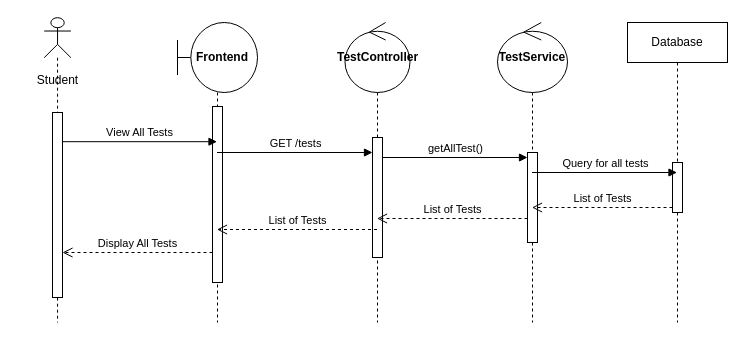
This is Sequence Diagrams/View_All_Tests.drawio from MS1034/fyp-digrams-reports, a draw.io file, before an edit. Source tidied: cells renumbered, new cells numbered last; positions are measured from the earlier drawing's top-left corner, leaving out a move shared by most shapes. Both pictures are drawn from the tidied source at 100%, with x=0, y=0 at pixel (17, 17).
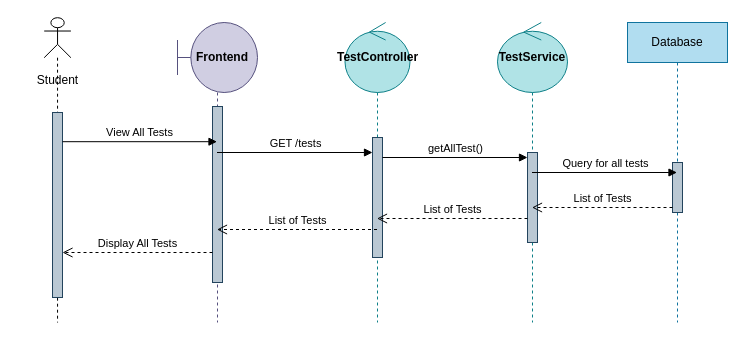
The same diagram, later.

The change refers to these unchanged cells:
```xml
<mxCell id="2" style="group;" parent="1" vertex="1">
  <mxGeometry y="10" width="80" height="295" as="geometry" />
</mxCell>
```

Diff of the diagram source:
```diff
@@
-    <mxCell id="5" style="html=1;perimeter=orthogonalPerimeter;targetShapes=umlLifeline;newEdgeStyle={&quot;curved&quot;:0,&quot;rounded&quot;:0};" parent="2" vertex="1">
+    <mxCell id="5" style="html=1;perimeter=orthogonalPerimeter;targetShapes=umlLifeline;newEdgeStyle={&quot;curved&quot;:0,&quot;rounded&quot;:0};fillColor=#bac8d3;strokeColor=#23445d;" parent="2" vertex="1">
       <mxGeometry x="35" y="85" width="10" height="185" as="geometry" />
     </mxCell>
-    <mxCell id="6" value="&lt;b&gt;&amp;nbsp; &amp;nbsp;Frontend&lt;/b&gt;" style="shape=umlLifeline;perimeter=lifelinePerimeter;whiteSpace=wrap;html=1;outlineConnect=0;portConstraint=eastwest;newEdgeStyle={&quot;curved&quot;:0,&quot;rounded&quot;:0};participant=umlBoundary;size=70;" parent="1" vertex="1">
+    <mxCell id="6" value="&lt;b&gt;&amp;nbsp; &amp;nbsp;Frontend&lt;/b&gt;" style="shape=umlLifeline;perimeter=lifelinePerimeter;whiteSpace=wrap;html=1;outlineConnect=0;portConstraint=eastwest;newEdgeStyle={&quot;curved&quot;:0,&quot;rounded&quot;:0};participant=umlBoundary;size=70;fillColor=#d0cee2;strokeColor=#56517e;" parent="1" vertex="1">
       <mxGeometry x="160" y="5" width="80" height="300" as="geometry" />
     </mxCell>
-    <mxCell id="7" style="html=1;perimeter=orthogonalPerimeter;targetShapes=umlLifeline;newEdgeStyle={&quot;curved&quot;:0,&quot;rounded&quot;:0};" parent="6" vertex="1">
+    <mxCell id="7" style="html=1;perimeter=orthogonalPerimeter;targetShapes=umlLifeline;newEdgeStyle={&quot;curved&quot;:0,&quot;rounded&quot;:0};fillColor=#bac8d3;strokeColor=#23445d;" parent="6" vertex="1">
       <mxGeometry x="35" y="84" width="10" height="176" as="geometry" />
     </mxCell>
-    <mxCell id="8" value="&lt;b&gt;TestController&lt;/b&gt;" style="shape=umlLifeline;perimeter=lifelinePerimeter;whiteSpace=wrap;html=1;newEdgeStyle={&quot;curved&quot;:0,&quot;rounded&quot;:0};participant=umlControl;size=70;" parent="1" vertex="1">
+    <mxCell id="8" value="&lt;b&gt;TestController&lt;/b&gt;" style="shape=umlLifeline;perimeter=lifelinePerimeter;whiteSpace=wrap;html=1;newEdgeStyle={&quot;curved&quot;:0,&quot;rounded&quot;:0};participant=umlControl;size=70;fillColor=#b0e3e6;strokeColor=#0e8088;" parent="1" vertex="1">
       <mxGeometry x="327.5" y="5" width="65" height="300" as="geometry" />
     </mxCell>
-    <mxCell id="9" style="html=1;points=[[0,0,0,0,5],[0,1,0,0,-5],[1,0,0,0,5],[1,1,0,0,-5]];perimeter=orthogonalPerimeter;outlineConnect=0;targetShapes=umlLifeline;portConstraint=eastwest;newEdgeStyle={&quot;curved&quot;:0,&quot;rounded&quot;:0};" parent="8" vertex="1">
+    <mxCell id="9" style="html=1;points=[[0,0,0,0,5],[0,1,0,0,-5],[1,0,0,0,5],[1,1,0,0,-5]];perimeter=orthogonalPerimeter;outlineConnect=0;targetShapes=umlLifeline;portConstraint=eastwest;newEdgeStyle={&quot;curved&quot;:0,&quot;rounded&quot;:0};fillColor=#bac8d3;strokeColor=#23445d;" parent="8" vertex="1">
       <mxGeometry x="27.5" y="115" width="10" height="120" as="geometry" />
     </mxCell>
-    <mxCell id="10" value="&lt;b&gt;TestService&lt;/b&gt;" style="shape=umlLifeline;perimeter=lifelinePerimeter;whiteSpace=wrap;html=1;outlineConnect=0;portConstraint=eastwest;newEdgeStyle={&quot;curved&quot;:0,&quot;rounded&quot;:0};participant=umlControl;size=70;" parent="1" vertex="1">
+    <mxCell id="10" value="&lt;b&gt;TestService&lt;/b&gt;" style="shape=umlLifeline;perimeter=lifelinePerimeter;whiteSpace=wrap;html=1;outlineConnect=0;portConstraint=eastwest;newEdgeStyle={&quot;curved&quot;:0,&quot;rounded&quot;:0};participant=umlControl;size=70;fillColor=#b0e3e6;strokeColor=#0e8088;" parent="1" vertex="1">
       <mxGeometry x="480" y="5" width="70" height="300" as="geometry" />
     </mxCell>
-    <mxCell id="11" style="html=1;points=[[0,0,0,0,5],[0,1,0,0,-5],[1,0,0,0,5],[1,1,0,0,-5]];perimeter=orthogonalPerimeter;outlineConnect=0;targetShapes=umlLifeline;portConstraint=eastwest;newEdgeStyle={&quot;curved&quot;:0,&quot;rounded&quot;:0};" parent="10" vertex="1">
+    <mxCell id="11" style="html=1;points=[[0,0,0,0,5],[0,1,0,0,-5],[1,0,0,0,5],[1,1,0,0,-5]];perimeter=orthogonalPerimeter;outlineConnect=0;targetShapes=umlLifeline;portConstraint=eastwest;newEdgeStyle={&quot;curved&quot;:0,&quot;rounded&quot;:0};fillColor=#bac8d3;strokeColor=#23445d;" parent="10" vertex="1">
       <mxGeometry x="30" y="130" width="10" height="90" as="geometry" />
     </mxCell>
-    <mxCell id="12" value="Database" style="shape=umlLifeline;perimeter=lifelinePerimeter;whiteSpace=wrap;html=1;outlineConnect=0;portConstraint=eastwest;newEdgeStyle={&quot;curved&quot;:0,&quot;rounded&quot;:0};" parent="1" vertex="1">
+    <mxCell id="12" value="Database" style="shape=umlLifeline;perimeter=lifelinePerimeter;whiteSpace=wrap;html=1;outlineConnect=0;portConstraint=eastwest;newEdgeStyle={&quot;curved&quot;:0,&quot;rounded&quot;:0};fillColor=#b1ddf0;strokeColor=#10739e;" parent="1" vertex="1">
       <mxGeometry x="610" y="5" width="100" height="300" as="geometry" />
     </mxCell>
-    <mxCell id="13" style="html=1;points=[[0,0,0,0,5],[0,1,0,0,-5],[1,0,0,0,5],[1,1,0,0,-5]];perimeter=orthogonalPerimeter;outlineConnect=0;targetShapes=umlLifeline;portConstraint=eastwest;newEdgeStyle={&quot;curved&quot;:0,&quot;rounded&quot;:0};" parent="12" vertex="1">
+    <mxCell id="13" style="html=1;points=[[0,0,0,0,5],[0,1,0,0,-5],[1,0,0,0,5],[1,1,0,0,-5]];perimeter=orthogonalPerimeter;outlineConnect=0;targetShapes=umlLifeline;portConstraint=eastwest;newEdgeStyle={&quot;curved&quot;:0,&quot;rounded&quot;:0};fillColor=#bac8d3;strokeColor=#23445d;" parent="12" vertex="1">
       <mxGeometry x="45" y="140" width="10" height="50" as="geometry" />
     </mxCell>
```
